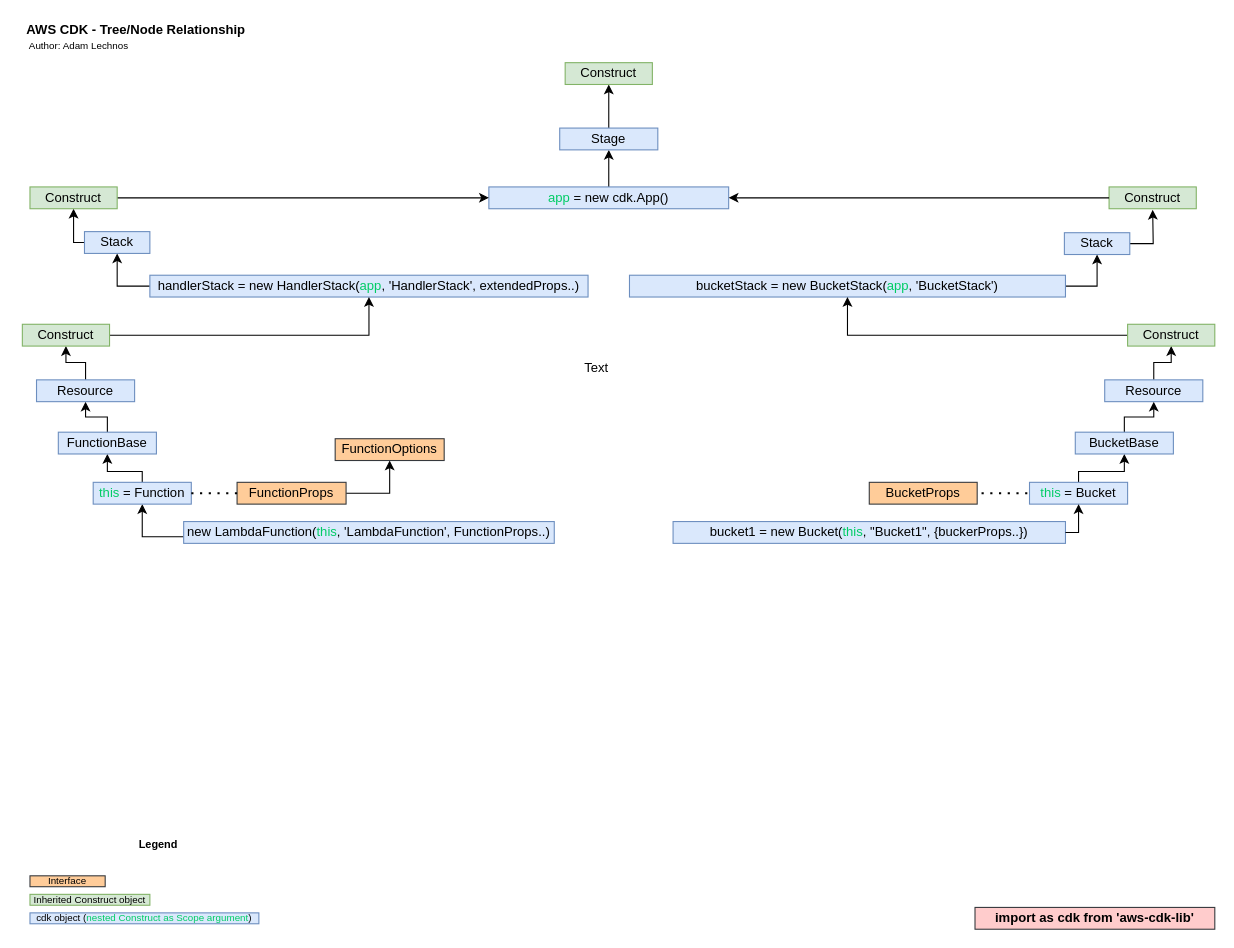
Adam-Lechnos/diagrams-charts keeps this draw.io diagram as Devops-IaC-AWS_CDK_Tree_Node.drawio. Above is the earlier version. Source tidied: cells renumbered, new cells numbered last; positions are measured from the earlier drawing's top-left corner, leaving out a move shared by most shapes. Both pictures are drawn from the tidied source at 109%, with x=0, y=0 at pixel (19, 19).
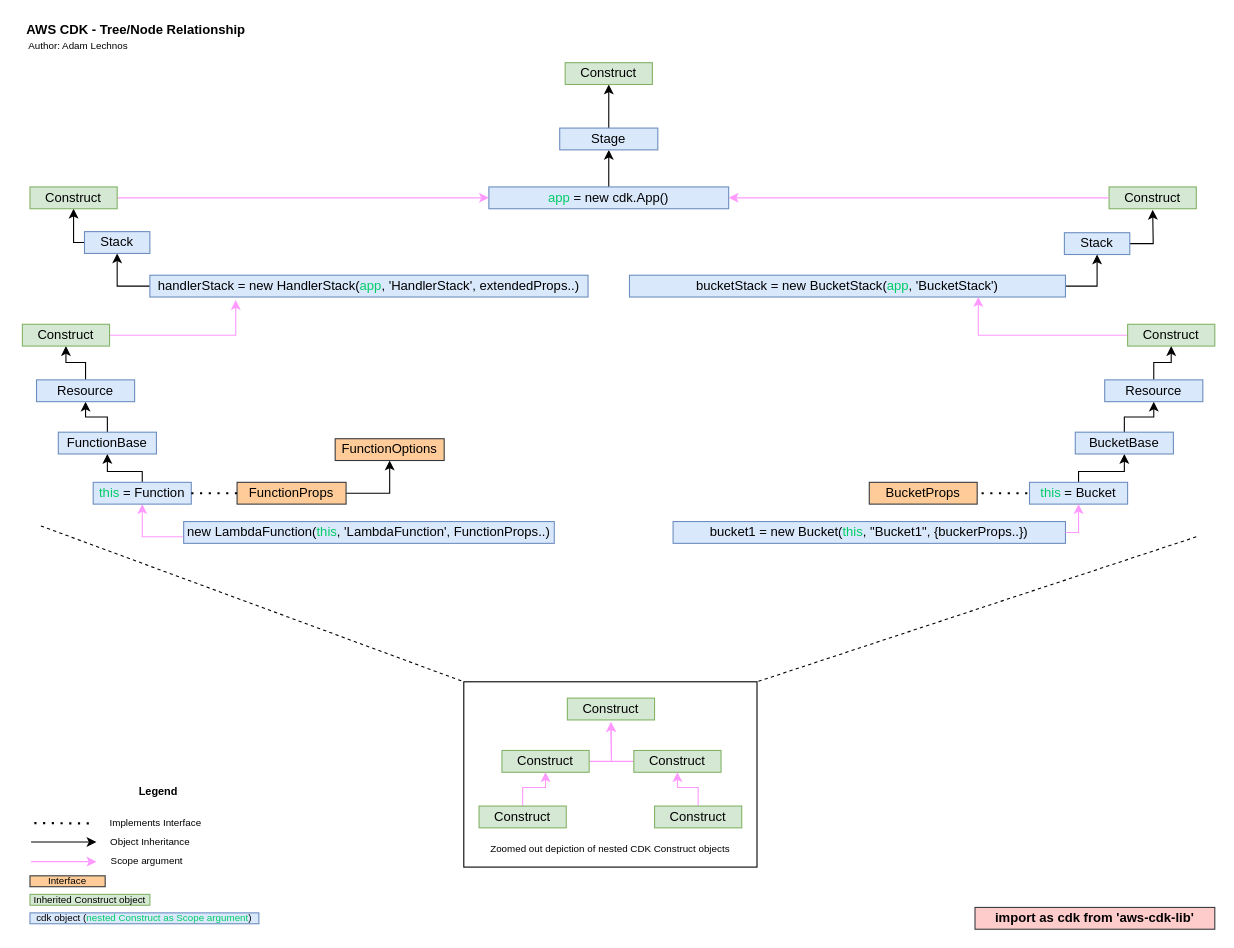
After the change.

The change refers to these unchanged cells:
```xml
<mxCell id="2" value="bucket1 = new Bucket(&lt;font color=&quot;#00cc66&quot;&gt;this&lt;/font&gt;, &quot;Bucket1&quot;, {buckerProps..})" style="rounded=0;whiteSpace=wrap;html=1;flipV=1;flipH=1;fillColor=#dae8fc;strokeColor=#6c8ebf;fontStyle=0;" parent="1" vertex="1">
  <mxGeometry x="600" y="461" width="360" height="20" as="geometry" />
</mxCell>
<mxCell id="5" value="&lt;font color=&quot;#00cc66&quot;&gt;app&lt;/font&gt; = new cdk.App()" style="rounded=0;whiteSpace=wrap;html=1;flipV=1;flipH=1;fillColor=#dae8fc;strokeColor=#6c8ebf;fontStyle=0;" parent="1" vertex="1">
  <mxGeometry x="431" y="154" width="220" height="20" as="geometry" />
</mxCell>
<mxCell id="7" value="bucketStack = new BucketStack(&lt;font color=&quot;#00cc66&quot;&gt;app&lt;/font&gt;, 'BucketStack')" style="rounded=0;whiteSpace=wrap;html=1;flipV=1;flipH=1;fillColor=#dae8fc;strokeColor=#6c8ebf;fontStyle=0;" parent="1" vertex="1">
  <mxGeometry x="560" y="235" width="400" height="20" as="geometry" />
</mxCell>
<mxCell id="9" value="handlerStack = new HandlerStack(&lt;font color=&quot;#00cc66&quot;&gt;app&lt;/font&gt;, 'HandlerStack', extendedProps..)" style="rounded=0;whiteSpace=wrap;html=1;flipV=1;flipH=1;fillColor=#dae8fc;strokeColor=#6c8ebf;fontStyle=0;" parent="1" vertex="1">
  <mxGeometry x="120" y="235" width="402" height="20" as="geometry" />
</mxCell>
<mxCell id="11" value="new LambdaFunction(&lt;font color=&quot;#00cc66&quot;&gt;this&lt;/font&gt;, 'LambdaFunction', FunctionProps..)" style="rounded=0;whiteSpace=wrap;html=1;flipV=1;flipH=1;fillColor=#dae8fc;strokeColor=#6c8ebf;fontStyle=0;" parent="1" vertex="1">
  <mxGeometry x="151" y="461" width="340" height="20" as="geometry" />
</mxCell>
<mxCell id="20" value="&lt;font color=&quot;#00cc66&quot;&gt;this&lt;/font&gt; = Function" style="rounded=0;whiteSpace=wrap;html=1;flipV=1;flipH=1;fillColor=#dae8fc;strokeColor=#6c8ebf;fontStyle=0;" parent="1" vertex="1">
  <mxGeometry x="68" y="425" width="90" height="20" as="geometry" />
</mxCell>
<mxCell id="26" value="Construct" style="rounded=0;whiteSpace=wrap;html=1;flipV=1;flipH=1;fillColor=#d5e8d4;strokeColor=#82b366;fontStyle=0;" parent="1" vertex="1">
  <mxGeometry x="3" y="280" width="80" height="20" as="geometry" />
</mxCell>
<mxCell id="28" value="Construct" style="rounded=0;whiteSpace=wrap;html=1;flipV=1;flipH=1;fillColor=#d5e8d4;strokeColor=#82b366;fontStyle=0;" parent="1" vertex="1">
  <mxGeometry x="10" y="154" width="80" height="20" as="geometry" />
</mxCell>
<mxCell id="29" value="Construct" style="rounded=0;whiteSpace=wrap;html=1;flipV=1;flipH=1;fillColor=#d5e8d4;strokeColor=#82b366;fontStyle=0;" parent="1" vertex="1">
  <mxGeometry x="1000" y="154" width="80" height="20" as="geometry" />
</mxCell>
<mxCell id="31" value="&lt;font color=&quot;#00cc66&quot;&gt;this&lt;/font&gt; = Bucket" style="rounded=0;whiteSpace=wrap;html=1;flipV=1;flipH=1;fillColor=#dae8fc;strokeColor=#6c8ebf;fontStyle=0;" parent="1" vertex="1">
  <mxGeometry x="927" y="425" width="90" height="20" as="geometry" />
</mxCell>
<mxCell id="37" value="Construct" style="rounded=0;whiteSpace=wrap;html=1;flipV=1;flipH=1;fillColor=#d5e8d4;strokeColor=#82b366;fontStyle=0;" parent="1" vertex="1">
  <mxGeometry x="1017" y="280" width="80" height="20" as="geometry" />
</mxCell>
```

What changed in the source:
```diff
@@
+    <mxCell id="53" value="Construct" style="rounded=0;whiteSpace=wrap;html=1;flipV=1;flipH=1;fillColor=#d5e8d4;strokeColor=#82b366;fontStyle=0;" parent="1" vertex="1">
+      <mxGeometry x="503" y="623" width="80" height="20" as="geometry" />
+    </mxCell>
+    <mxCell id="54" style="edgeStyle=orthogonalEdgeStyle;rounded=0;jettySize=auto;html=1;strokeColor=#FF99FF;" parent="1" edge="1" source="55">
+      <mxGeometry relative="1" as="geometry">
+        <mxPoint x="543" y="645" as="targetPoint" />
+      </mxGeometry>
+    </mxCell>
+    <mxCell id="55" value="Construct" style="rounded=0;whiteSpace=wrap;html=1;flipV=1;flipH=1;fillColor=#d5e8d4;strokeColor=#82b366;fontStyle=0;" parent="1" vertex="1">
+      <mxGeometry x="443" y="671" width="80" height="20" as="geometry" />
+    </mxCell>
+    <mxCell id="56" style="edgeStyle=orthogonalEdgeStyle;rounded=0;jettySize=auto;html=1;strokeColor=#FF99FF;" parent="1" edge="1" source="57">
+      <mxGeometry relative="1" as="geometry">
+        <mxPoint x="543" y="645" as="targetPoint" />
+      </mxGeometry>
+    </mxCell>
+    <mxCell id="57" value="Construct" style="rounded=0;whiteSpace=wrap;html=1;flipV=1;flipH=1;fillColor=#d5e8d4;strokeColor=#82b366;fontStyle=0;" parent="1" vertex="1">
+      <mxGeometry x="564" y="671" width="80" height="20" as="geometry" />
+    </mxCell>
+    <mxCell id="58" style="edgeStyle=orthogonalEdgeStyle;rounded=0;jettySize=auto;html=1;entryX=0.5;entryY=1;entryDx=0;entryDy=0;strokeColor=#FF99FF;" parent="1" edge="1" source="59" target="55">
+      <mxGeometry relative="1" as="geometry">
+        <Array as="points">
+          <mxPoint x="462" y="705" />
+          <mxPoint x="483" y="705" />
+        </Array>
+      </mxGeometry>
+    </mxCell>
+    <mxCell id="59" value="Construct" style="rounded=0;whiteSpace=wrap;html=1;flipV=1;flipH=1;fillColor=#d5e8d4;strokeColor=#82b366;fontStyle=0;" parent="1" vertex="1">
+      <mxGeometry x="422" y="722" width="80" height="20" as="geometry" />
+    </mxCell>
+    <mxCell id="60" style="edgeStyle=orthogonalEdgeStyle;rounded=0;jettySize=auto;html=1;entryX=0.5;entryY=1;entryDx=0;entryDy=0;strokeColor=#FF99FF;" parent="1" edge="1" source="61" target="57">
+      <mxGeometry relative="1" as="geometry">
+        <Array as="points">
+          <mxPoint x="623" y="705" />
+          <mxPoint x="604" y="705" />
+        </Array>
+      </mxGeometry>
+    </mxCell>
+    <mxCell id="61" value="Construct" style="rounded=0;whiteSpace=wrap;html=1;flipV=1;flipH=1;fillColor=#d5e8d4;strokeColor=#82b366;fontStyle=0;" parent="1" vertex="1">
+      <mxGeometry x="583" y="722" width="80" height="20" as="geometry" />
+    </mxCell>
@@
-    <mxCell id="10" style="edgeStyle=orthogonalEdgeStyle;rounded=0;jettySize=auto;html=1;entryX=0.5;entryY=1;entryDx=0;entryDy=0;" parent="1" edge="1" source="11" target="20">
+    <mxCell id="10" style="edgeStyle=orthogonalEdgeStyle;rounded=0;jettySize=auto;html=1;entryX=0.5;entryY=1;entryDx=0;entryDy=0;strokeColor=#FF99FF;" parent="1" edge="1" source="11" target="20">
       <mxGeometry relative="1" as="geometry">
         <Array as="points">
           <mxPoint x="113" y="475" />
         </Array>
       </mxGeometry>
     </mxCell>
@@
-    <mxCell id="25" style="edgeStyle=orthogonalEdgeStyle;rounded=0;jettySize=auto;html=1;entryX=0.5;entryY=1;entryDx=0;entryDy=0;" parent="1" edge="1" source="26" target="9">
+    <mxCell id="25" style="edgeStyle=orthogonalEdgeStyle;rounded=0;jettySize=auto;html=1;entryX=0.804;entryY=-0.14;entryDx=0;entryDy=0;entryPerimeter=0;strokeColor=#FF99FF;" parent="1" edge="1" source="26" target="9">
       <mxGeometry relative="1" as="geometry" />
     </mxCell>
@@
-    <mxCell id="27" style="edgeStyle=orthogonalEdgeStyle;rounded=0;jettySize=auto;html=1;entryX=0;entryY=0.5;entryDx=0;entryDy=0;" parent="1" edge="1" source="28" target="5">
+    <mxCell id="27" style="edgeStyle=orthogonalEdgeStyle;rounded=0;jettySize=auto;html=1;entryX=0;entryY=0.5;entryDx=0;entryDy=0;fontColor=#000000;strokeColor=#FF99FF;" parent="1" edge="1" source="28" target="5">
       <mxGeometry relative="1" as="geometry" />
     </mxCell>
@@
-    <mxCell id="36" style="edgeStyle=orthogonalEdgeStyle;rounded=0;jettySize=auto;html=1;entryX=0.5;entryY=1;entryDx=0;entryDy=0;" parent="1" edge="1" source="37" target="7">
+    <mxCell id="36" style="edgeStyle=orthogonalEdgeStyle;rounded=0;jettySize=auto;html=1;entryX=0.2;entryY=0;entryDx=0;entryDy=0;entryPerimeter=0;strokeColor=#FF99FF;" parent="1" edge="1" source="37" target="7">
       <mxGeometry relative="1" as="geometry" />
     </mxCell>
@@
-    <mxCell id="38" style="edgeStyle=orthogonalEdgeStyle;rounded=0;jettySize=auto;html=1;" parent="1" edge="1" source="2" target="31">
+    <mxCell id="38" style="edgeStyle=orthogonalEdgeStyle;rounded=0;jettySize=auto;html=1;strokeColor=#FF99FF;" parent="1" edge="1" source="2" target="31">
       <mxGeometry relative="1" as="geometry">
         <Array as="points">
           <mxPoint x="972" y="471" />
         </Array>
       </mxGeometry>
     </mxCell>
-    <mxCell id="39" style="edgeStyle=orthogonalEdgeStyle;rounded=0;jettySize=auto;html=1;" parent="1" edge="1" source="29" target="5">
+    <mxCell id="39" style="edgeStyle=orthogonalEdgeStyle;rounded=0;jettySize=auto;html=1;strokeColor=#FF99FF;" parent="1" edge="1" source="29" target="5">
       <mxGeometry relative="1" as="geometry" />
     </mxCell>
@@
     <mxCell id="47" value="Legend" style="text;html=1;align=center;verticalAlign=middle;whiteSpace=wrap;rounded=0;fontStyle=1;fontSize=10;" parent="1" vertex="1">
-      <mxGeometry x="98" y="742" width="60" height="30" as="geometry" />
+      <mxGeometry x="98" y="693" width="60" height="30" as="geometry" />
     </mxCell>
@@
-    <mxCell id="50" value="Text" style="text;html=1;align=center;verticalAlign=middle;whiteSpace=wrap;rounded=0;" parent="1" vertex="1">
-      <mxGeometry x="500" y="305" width="60" height="30" as="geometry" />
-    </mxCell>
@@
+    <mxCell id="62" style="rounded=0;whiteSpace=wrap;html=1;textOpacity=0;fillColor=none;" parent="1" vertex="1">
+      <mxGeometry x="408" y="608" width="269" height="170" as="geometry" />
+    </mxCell>
     <mxCell id="52" value="Author: Adam Lechnos" style="text;html=1;align=center;verticalAlign=middle;whiteSpace=wrap;rounded=0;fontStyle=0;fontSize=9;" parent="1" vertex="1">
-      <mxGeometry y="20" width="110" height="10" as="geometry" />
+      <mxGeometry y="20" width="109" height="10" as="geometry" />
     </mxCell>
+    <mxCell id="63" style="endArrow=none;dashed=1;html=1;rounded=0;entryX=0;entryY=0;entryDx=0;entryDy=0;" parent="1" edge="1" target="62">
+      <mxGeometry relative="1" as="geometry">
+        <mxPoint x="20" y="465" as="sourcePoint" />
+      </mxGeometry>
+    </mxCell>
+    <mxCell id="64" style="endArrow=none;dashed=1;html=1;rounded=0;entryX=1;entryY=0;entryDx=0;entryDy=0;" parent="1" edge="1" target="62">
+      <mxGeometry relative="1" as="geometry">
+        <mxPoint x="1080" y="475" as="sourcePoint" />
+      </mxGeometry>
+    </mxCell>
+    <mxCell id="65" value="Zoomed out depiction of nested CDK Construct objects" style="text;html=1;align=center;verticalAlign=middle;whiteSpace=wrap;rounded=0;fontSize=9;" parent="1" vertex="1">
+      <mxGeometry x="409" y="750" width="267" height="23" as="geometry" />
+    </mxCell>
+    <mxCell id="66" style="edgeStyle=orthogonalEdgeStyle;rounded=0;orthogonalLoop=1;jettySize=auto;html=1;fontColor=#000000;strokeColor=#FF99FF;" parent="1" edge="1">
+      <mxGeometry relative="1" as="geometry">
+        <mxPoint x="11" y="773" as="sourcePoint" />
+        <mxPoint x="71" y="773" as="targetPoint" />
+      </mxGeometry>
+    </mxCell>
+    <mxCell id="67" style="edgeStyle=orthogonalEdgeStyle;rounded=0;orthogonalLoop=1;jettySize=auto;html=1;fontColor=#000000;strokeColor=#000000;" parent="1" edge="1">
+      <mxGeometry relative="1" as="geometry">
+        <mxPoint x="11" y="755" as="sourcePoint" />
+        <mxPoint x="71" y="755" as="targetPoint" />
+      </mxGeometry>
+    </mxCell>
+    <mxCell id="68" value="Scope argument" style="text;html=1;align=center;verticalAlign=middle;whiteSpace=wrap;rounded=0;fontSize=9;" parent="1" vertex="1">
+      <mxGeometry x="73" y="767" width="89" height="12" as="geometry" />
+    </mxCell>
+    <mxCell id="69" value="Object Inheritance" style="text;html=1;align=center;verticalAlign=middle;whiteSpace=wrap;rounded=0;fontSize=9;" parent="1" vertex="1">
+      <mxGeometry x="81" y="749" width="79" height="12" as="geometry" />
+    </mxCell>
+    <mxCell id="70" style="endArrow=none;dashed=1;html=1;dashPattern=1 3;strokeWidth=2;rounded=0;exitX=1;exitY=0.5;exitDx=0;exitDy=0;" parent="1" edge="1">
+      <mxGeometry relative="1" as="geometry">
+        <mxPoint x="14" y="737.6" as="sourcePoint" />
+        <mxPoint x="70" y="738" as="targetPoint" />
+      </mxGeometry>
+    </mxCell>
+    <mxCell id="71" value="Implements Interface" style="text;html=1;align=center;verticalAlign=middle;whiteSpace=wrap;rounded=0;fontSize=9;" parent="1" vertex="1">
+      <mxGeometry x="81" y="732" width="89" height="12" as="geometry" />
+    </mxCell>
```
